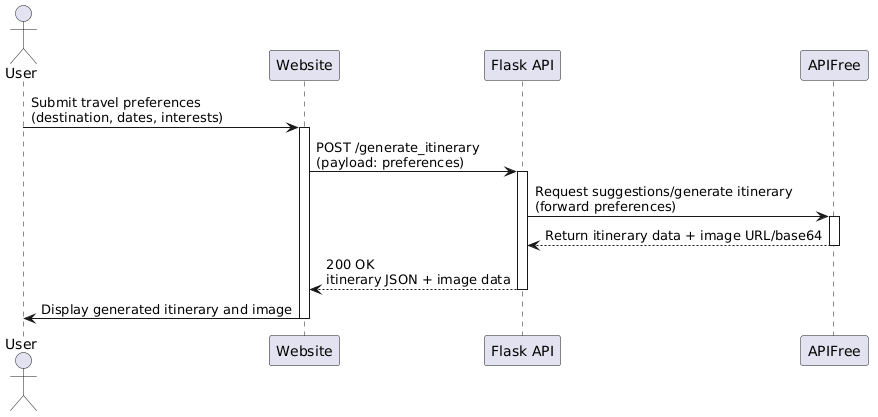
Earlier version of the PlantUML export Task2/uml/sequence_diagram.png (EasonYang0618/travel-planner-generator).
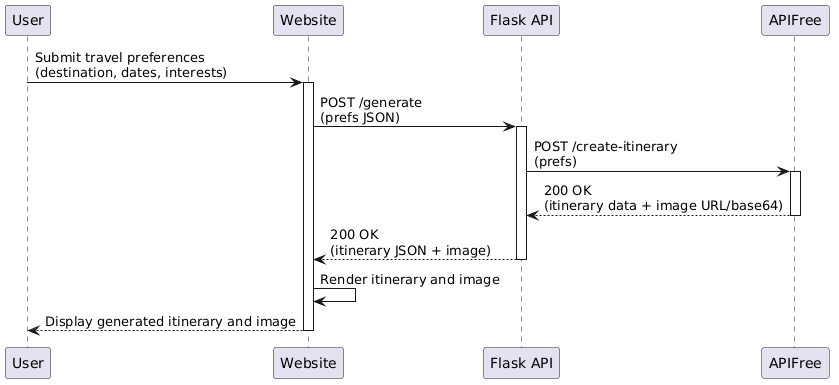
The same diagram one commit later.

Diff of the diagram source:
```diff
@@ -1,24 +1,25 @@
 @startuml
-actor User
+participant User
 participant Website
-participant "Flask API" as API
+participant "Flask API" as FlaskAPI
 participant APIFree
 
 User -> Website: Submit travel preferences\n(destination, dates, interests)
 activate Website
 
-Website -> API: POST /generate_itinerary\n(payload: preferences)
-activate API
+Website -> FlaskAPI: POST /generate\n(prefs JSON)
+activate FlaskAPI
 
-API -> APIFree: Request suggestions/generate itinerary\n(forward preferences)
+FlaskAPI -> APIFree: POST /create-itinerary\n(prefs)
 activate APIFree
 
-APIFree --> API: Return itinerary data + image URL/base64
+APIFree --> FlaskAPI: 200 OK\n(itinerary data + image URL/base64)
 deactivate APIFree
 
-API --> Website: 200 OK\nitinerary JSON + image data
-deactivate API
+FlaskAPI --> Website: 200 OK\n(itinerary JSON + image)
+deactivate FlaskAPI
 
-Website -> User: Display generated itinerary and image
+Website -> Website: Render itinerary and image
+Website --> User: Display generated itinerary and image
 deactivate Website
 @enduml
```
